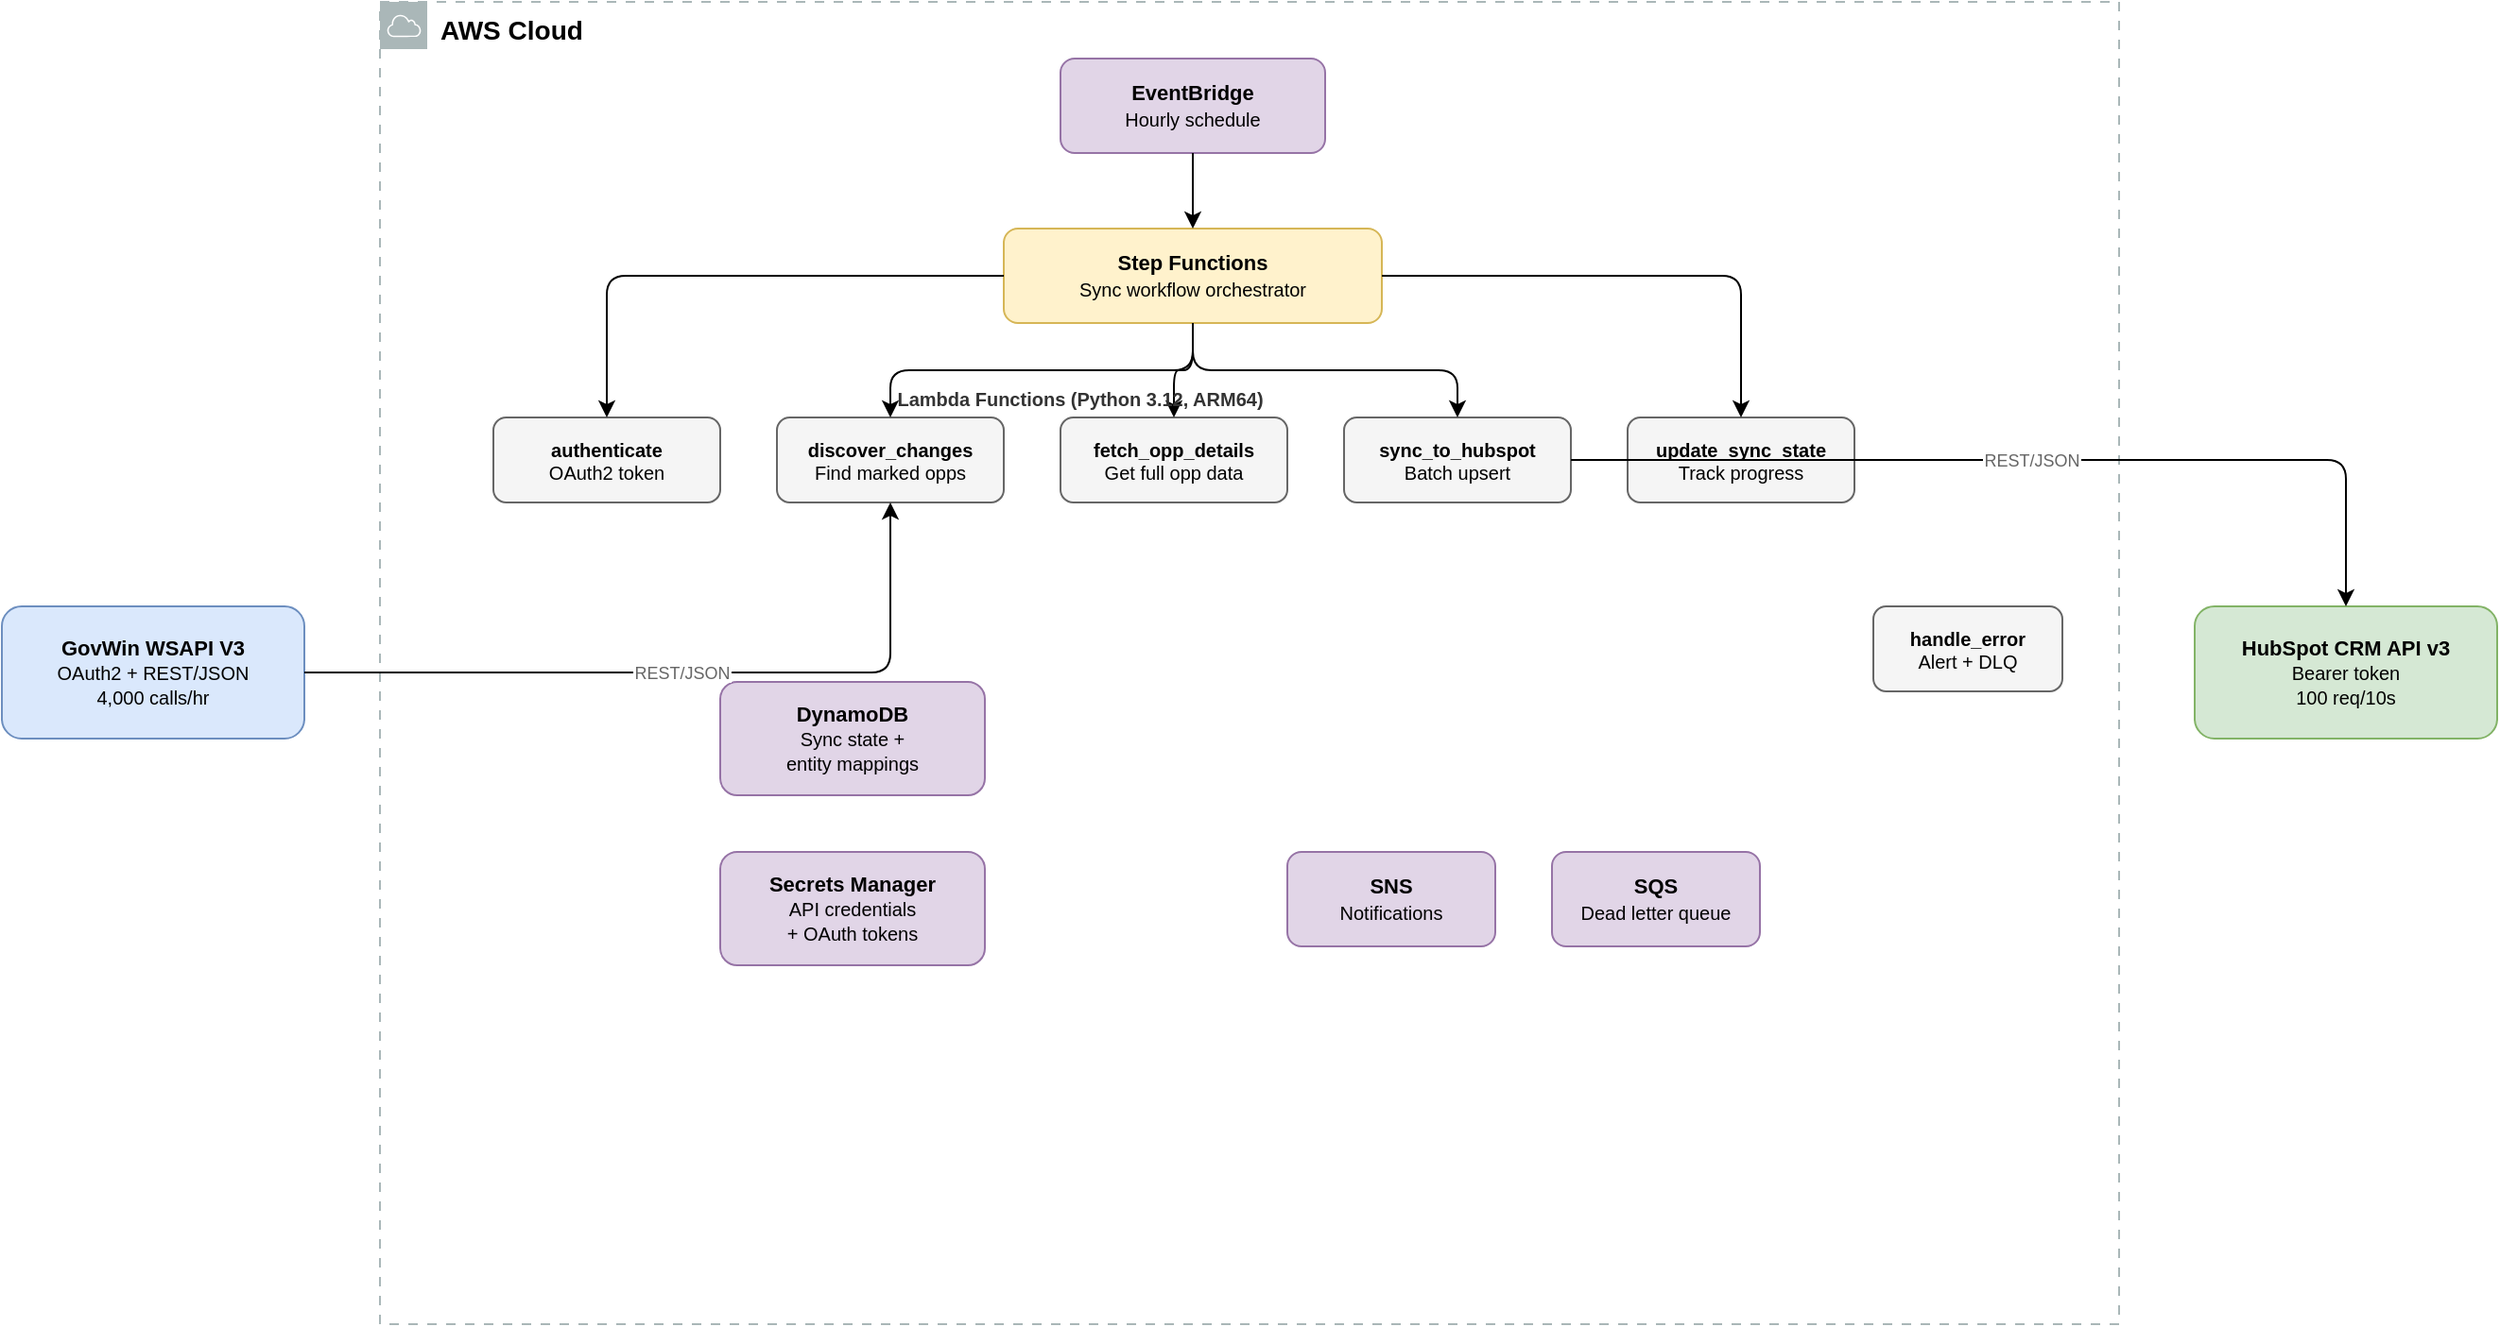
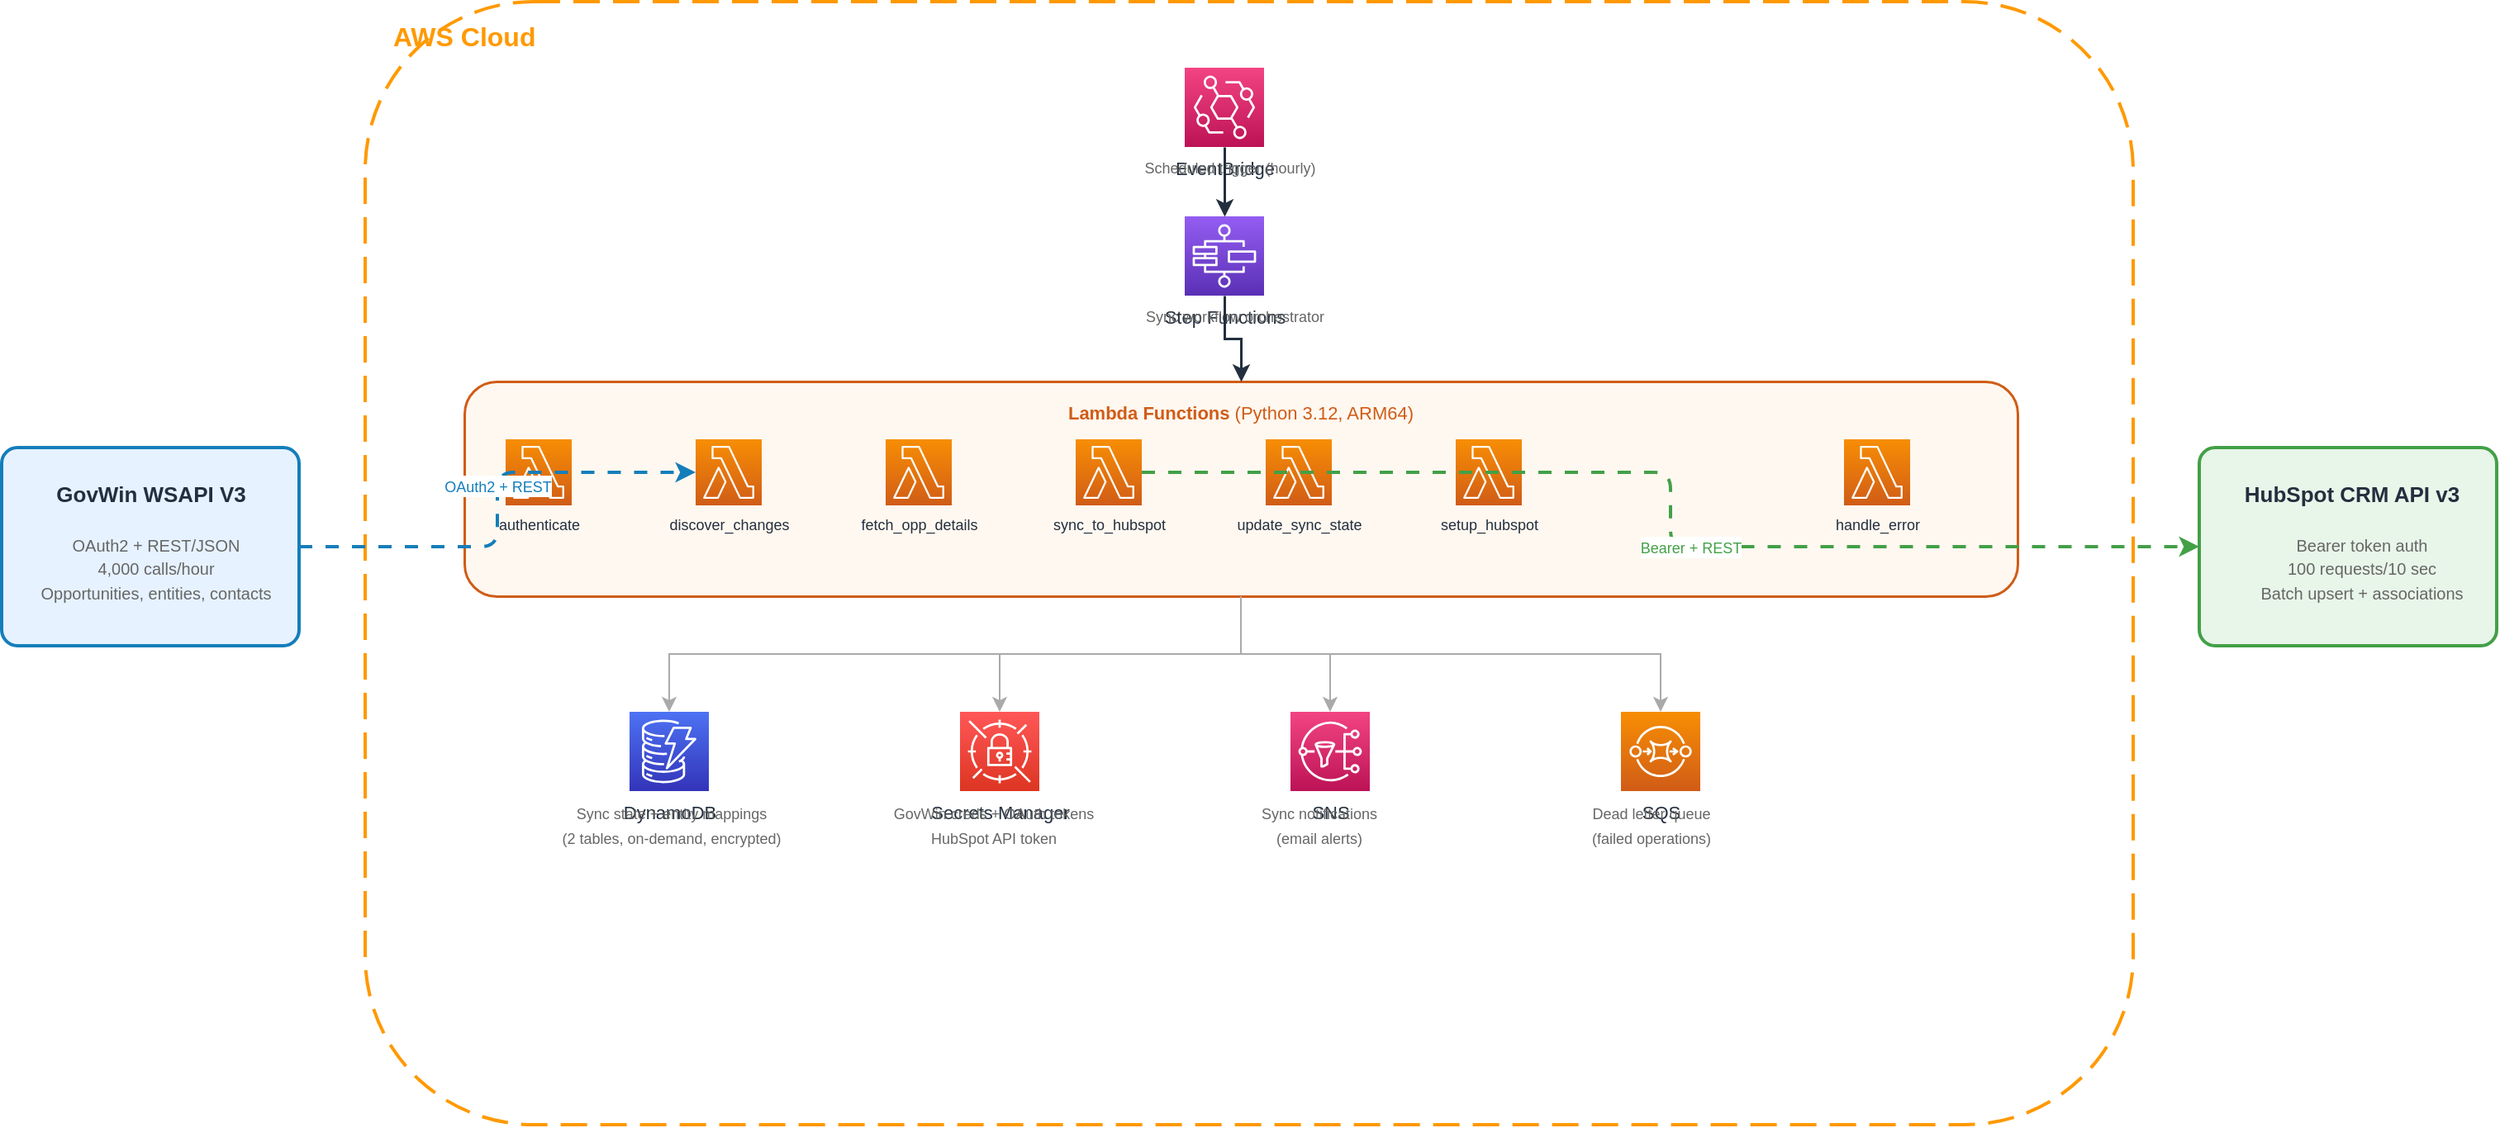
- <mxfile host="app.diagrams.net" modified="2026-04-09T00:00:00.000Z" agent="draw.io" version="24.0.0" type="device">
+ <mxfile host="app.diagrams.net" modified="2026-04-09T00:00:00.000Z" agent="draw.io" version="24.0.0">
  <diagram name="AWS Architecture" id="arch">
-     <mxGraphModel dx="1400" dy="900" grid="1" gridSize="10" guides="1" tooltips="1" connect="1" arrows="1" fold="1" page="1" pageScale="1" pageWidth="1400" pageHeight="900" math="0" shadow="0">
+     <mxGraphModel dx="1600" dy="1000" grid="1" gridSize="10" guides="1" tooltips="1" connect="1" arrows="1" fold="1" page="1" pageScale="1" pageWidth="1600" pageHeight="900" math="0" shadow="0">
      <root>
        <mxCell id="0"/>
        <mxCell id="1" parent="0"/>
-         <!-- External: GovWin -->
-         <mxCell id="gw" value="&lt;b&gt;GovWin WSAPI V3&lt;/b&gt;&lt;br&gt;&lt;font style=&quot;font-size: 10px&quot;&gt;OAuth2 + REST/JSON&lt;br&gt;4,000 calls/hr&lt;/font&gt;" style="rounded=1;whiteSpace=wrap;html=1;fillColor=#dae8fc;strokeColor=#6c8ebf;fontSize=11;" vertex="1" parent="1">
-           <mxGeometry x="20" y="340" width="160" height="70" as="geometry"/>
+ 
+         <!-- ==================== EXTERNAL: GovWin API ==================== -->
+         <mxCell id="ext_gw_box" value="" style="rounded=1;whiteSpace=wrap;html=1;fillColor=#E6F2FF;strokeColor=#147EBA;strokeWidth=2;arcSize=8;" vertex="1" parent="1">
+           <mxGeometry x="20" y="300" width="180" height="120" as="geometry"/>
        </mxCell>
-         <!-- External: HubSpot -->
-         <mxCell id="hs" value="&lt;b&gt;HubSpot CRM API v3&lt;/b&gt;&lt;br&gt;&lt;font style=&quot;font-size: 10px&quot;&gt;Bearer token&lt;br&gt;100 req/10s&lt;/font&gt;" style="rounded=1;whiteSpace=wrap;html=1;fillColor=#d5e8d4;strokeColor=#82b366;fontSize=11;" vertex="1" parent="1">
-           <mxGeometry x="1180" y="340" width="160" height="70" as="geometry"/>
+         <mxCell id="ext_gw_title" value="&lt;b&gt;GovWin WSAPI V3&lt;/b&gt;" style="text;html=1;align=center;verticalAlign=middle;resizable=0;points=[];autosize=1;strokeColor=none;fillColor=none;fontSize=13;fontColor=#232F3E;" vertex="1" parent="1">
+           <mxGeometry x="42" y="315" width="136" height="25" as="geometry"/>
        </mxCell>
-         <!-- AWS Cloud boundary -->
-         <mxCell id="aws_border" value="AWS Cloud" style="shape=mxgraph.aws4.group;grIcon=mxgraph.aws4.group_aws_cloud;grStroke=1;verticalAlign=top;align=left;spacingLeft=30;fontSize=14;fontStyle=1;fillColor=none;strokeColor=#AAB7B8;dashed=1;dashPattern=5 5;" vertex="1" parent="1">
-           <mxGeometry x="220" y="20" width="920" height="700" as="geometry"/>
+         <mxCell id="ext_gw_detail" value="&lt;font color=&quot;#666666&quot; style=&quot;font-size: 10px;&quot;&gt;OAuth2 + REST/JSON&lt;br&gt;4,000 calls/hour&lt;br&gt;Opportunities, entities, contacts&lt;/font&gt;" style="text;html=1;align=center;verticalAlign=middle;resizable=0;points=[];autosize=1;strokeColor=none;fillColor=none;" vertex="1" parent="1">
+           <mxGeometry x="30" y="345" width="165" height="55" as="geometry"/>
        </mxCell>
-         <!-- EventBridge -->
-         <mxCell id="eb" value="&lt;b&gt;EventBridge&lt;/b&gt;&lt;br&gt;&lt;font style=&quot;font-size: 10px&quot;&gt;Hourly schedule&lt;/font&gt;" style="rounded=1;whiteSpace=wrap;html=1;fillColor=#e1d5e7;strokeColor=#9673a6;fontSize=11;" vertex="1" parent="1">
-           <mxGeometry x="580" y="50" width="140" height="50" as="geometry"/>
+ 
+         <!-- ==================== EXTERNAL: HubSpot API ==================== -->
+         <mxCell id="ext_hs_box" value="" style="rounded=1;whiteSpace=wrap;html=1;fillColor=#E8F5E9;strokeColor=#43A047;strokeWidth=2;arcSize=8;" vertex="1" parent="1">
+           <mxGeometry x="1350" y="300" width="180" height="120" as="geometry"/>
        </mxCell>
-         <!-- Step Functions -->
-         <mxCell id="sf" value="&lt;b&gt;Step Functions&lt;/b&gt;&lt;br&gt;&lt;font style=&quot;font-size: 10px&quot;&gt;Sync workflow orchestrator&lt;/font&gt;" style="rounded=1;whiteSpace=wrap;html=1;fillColor=#fff2cc;strokeColor=#d6b656;fontSize=11;" vertex="1" parent="1">
-           <mxGeometry x="550" y="140" width="200" height="50" as="geometry"/>
+         <mxCell id="ext_hs_title" value="&lt;b&gt;HubSpot CRM API v3&lt;/b&gt;" style="text;html=1;align=center;verticalAlign=middle;resizable=0;points=[];autosize=1;strokeColor=none;fillColor=none;fontSize=13;fontColor=#232F3E;" vertex="1" parent="1">
+           <mxGeometry x="1368" y="315" width="148" height="25" as="geometry"/>
        </mxCell>
-         <mxCell id="eb_sf" style="edgeStyle=orthogonalEdgeStyle;" edge="1" source="eb" target="sf" parent="1"><mxGeometry relative="1" as="geometry"/></mxCell>
-         <!-- Lambda: Authenticate -->
-         <mxCell id="l1" value="&lt;font style=&quot;font-size: 10px&quot;&gt;&lt;b&gt;authenticate&lt;/b&gt;&lt;br&gt;OAuth2 token&lt;/font&gt;" style="rounded=1;whiteSpace=wrap;html=1;fillColor=#f5f5f5;strokeColor=#666666;fontSize=10;" vertex="1" parent="1">
-           <mxGeometry x="280" y="240" width="120" height="45" as="geometry"/>
+         <mxCell id="ext_hs_detail" value="&lt;font color=&quot;#666666&quot; style=&quot;font-size: 10px;&quot;&gt;Bearer token auth&lt;br&gt;100 requests/10 sec&lt;br&gt;Batch upsert + associations&lt;/font&gt;" style="text;html=1;align=center;verticalAlign=middle;resizable=0;points=[];autosize=1;strokeColor=none;fillColor=none;" vertex="1" parent="1">
+           <mxGeometry x="1368" y="345" width="160" height="55" as="geometry"/>
        </mxCell>
-         <!-- Lambda: Discover -->
-         <mxCell id="l2" value="&lt;font style=&quot;font-size: 10px&quot;&gt;&lt;b&gt;discover_changes&lt;/b&gt;&lt;br&gt;Find marked opps&lt;/font&gt;" style="rounded=1;whiteSpace=wrap;html=1;fillColor=#f5f5f5;strokeColor=#666666;fontSize=10;" vertex="1" parent="1">
-           <mxGeometry x="430" y="240" width="120" height="45" as="geometry"/>
+ 
+         <!-- ==================== AWS CLOUD BOUNDARY ==================== -->
+         <mxCell id="aws_cloud" value="&lt;font style=&quot;font-size: 16px;&quot; color=&quot;#FF9900&quot;&gt;&lt;b&gt;AWS Cloud&lt;/b&gt;&lt;/font&gt;" style="rounded=1;whiteSpace=wrap;html=1;fillColor=none;strokeColor=#FF9900;strokeWidth=2;dashed=1;dashPattern=8 4;verticalAlign=top;spacingTop=5;spacingLeft=15;align=left;" vertex="1" parent="1">
+           <mxGeometry x="240" y="30" width="1070" height="680" as="geometry"/>
        </mxCell>
-         <!-- Lambda: Fetch -->
-         <mxCell id="l3" value="&lt;font style=&quot;font-size: 10px&quot;&gt;&lt;b&gt;fetch_opp_details&lt;/b&gt;&lt;br&gt;Get full opp data&lt;/font&gt;" style="rounded=1;whiteSpace=wrap;html=1;fillColor=#f5f5f5;strokeColor=#666666;fontSize=10;" vertex="1" parent="1">
-           <mxGeometry x="580" y="240" width="120" height="45" as="geometry"/>
+ 
+         <!-- ==================== EVENTBRIDGE ==================== -->
+         <mxCell id="eb" value="EventBridge" style="sketch=0;outlineConnect=0;fontColor=#232F3E;gradientColor=#F34482;gradientDirection=north;fillColor=#BC1356;strokeColor=#ffffff;dashed=0;verticalLabelPosition=bottom;verticalAlign=top;align=center;html=1;fontSize=11;fontStyle=0;aspect=fixed;shape=mxgraph.aws4.resourceIcon;resIcon=mxgraph.aws4.eventbridge;" vertex="1" parent="1">
+           <mxGeometry x="736" y="70" width="48" height="48" as="geometry"/>
        </mxCell>
-         <!-- Lambda: Sync -->
-         <mxCell id="l4" value="&lt;font style=&quot;font-size: 10px&quot;&gt;&lt;b&gt;sync_to_hubspot&lt;/b&gt;&lt;br&gt;Batch upsert&lt;/font&gt;" style="rounded=1;whiteSpace=wrap;html=1;fillColor=#f5f5f5;strokeColor=#666666;fontSize=10;" vertex="1" parent="1">
-           <mxGeometry x="730" y="240" width="120" height="45" as="geometry"/>
+         <mxCell id="eb_label" value="&lt;font style=&quot;font-size: 9px;&quot; color=&quot;#666666&quot;&gt;Scheduled trigger (hourly)&lt;/font&gt;" style="text;html=1;align=center;verticalAlign=middle;resizable=0;points=[];autosize=1;strokeColor=none;fillColor=none;" vertex="1" parent="1">
+           <mxGeometry x="698" y="120" width="130" height="20" as="geometry"/>
        </mxCell>
-         <!-- Lambda: Update State -->
-         <mxCell id="l5" value="&lt;font style=&quot;font-size: 10px&quot;&gt;&lt;b&gt;update_sync_state&lt;/b&gt;&lt;br&gt;Track progress&lt;/font&gt;" style="rounded=1;whiteSpace=wrap;html=1;fillColor=#f5f5f5;strokeColor=#666666;fontSize=10;" vertex="1" parent="1">
-           <mxGeometry x="880" y="240" width="120" height="45" as="geometry"/>
+ 
+         <!-- ==================== STEP FUNCTIONS ==================== -->
+         <mxCell id="sf" value="Step Functions" style="sketch=0;outlineConnect=0;fontColor=#232F3E;gradientColor=#945DF2;gradientDirection=north;fillColor=#5A30B5;strokeColor=#ffffff;dashed=0;verticalLabelPosition=bottom;verticalAlign=top;align=center;html=1;fontSize=11;fontStyle=0;aspect=fixed;shape=mxgraph.aws4.resourceIcon;resIcon=mxgraph.aws4.step_functions;" vertex="1" parent="1">
+           <mxGeometry x="736" y="160" width="48" height="48" as="geometry"/>
        </mxCell>
-         <!-- Lambda: Handle Error -->
-         <mxCell id="l6" value="&lt;font style=&quot;font-size: 10px&quot;&gt;&lt;b&gt;handle_error&lt;/b&gt;&lt;br&gt;Alert + DLQ&lt;/font&gt;" style="rounded=1;whiteSpace=wrap;html=1;fillColor=#f5f5f5;strokeColor=#666666;fontSize=10;" vertex="1" parent="1">
-           <mxGeometry x="1010" y="340" width="100" height="45" as="geometry"/>
+         <mxCell id="sf_label" value="&lt;font style=&quot;font-size: 9px;&quot; color=&quot;#666666&quot;&gt;Sync workflow orchestrator&lt;/font&gt;" style="text;html=1;align=center;verticalAlign=middle;resizable=0;points=[];autosize=1;strokeColor=none;fillColor=none;" vertex="1" parent="1">
+           <mxGeometry x="698" y="210" width="135" height="20" as="geometry"/>
        </mxCell>
-         <!-- Step Functions to Lambdas -->
-         <mxCell id="sf_l1" style="edgeStyle=orthogonalEdgeStyle;" edge="1" source="sf" target="l1" parent="1"><mxGeometry relative="1" as="geometry"/></mxCell>
-         <mxCell id="sf_l2" style="edgeStyle=orthogonalEdgeStyle;" edge="1" source="sf" target="l2" parent="1"><mxGeometry relative="1" as="geometry"/></mxCell>
-         <mxCell id="sf_l3" style="edgeStyle=orthogonalEdgeStyle;" edge="1" source="sf" target="l3" parent="1"><mxGeometry relative="1" as="geometry"/></mxCell>
-         <mxCell id="sf_l4" style="edgeStyle=orthogonalEdgeStyle;" edge="1" source="sf" target="l4" parent="1"><mxGeometry relative="1" as="geometry"/></mxCell>
-         <mxCell id="sf_l5" style="edgeStyle=orthogonalEdgeStyle;" edge="1" source="sf" target="l5" parent="1"><mxGeometry relative="1" as="geometry"/></mxCell>
-         <!-- DynamoDB -->
-         <mxCell id="ddb" value="&lt;b&gt;DynamoDB&lt;/b&gt;&lt;br&gt;&lt;font style=&quot;font-size: 10px&quot;&gt;Sync state +&lt;br&gt;entity mappings&lt;/font&gt;" style="rounded=1;whiteSpace=wrap;html=1;fillColor=#e1d5e7;strokeColor=#9673a6;fontSize=11;" vertex="1" parent="1">
-           <mxGeometry x="400" y="380" width="140" height="60" as="geometry"/>
+ 
+         <!-- EB -> SF -->
+         <mxCell id="eb_sf" style="edgeStyle=orthogonalEdgeStyle;rounded=0;orthogonalLoop=1;jettySize=auto;html=1;strokeColor=#232F3E;strokeWidth=1.5;" edge="1" source="eb" target="sf" parent="1">
+           <mxGeometry relative="1" as="geometry"/>
        </mxCell>
-         <!-- Secrets Manager -->
-         <mxCell id="sm" value="&lt;b&gt;Secrets Manager&lt;/b&gt;&lt;br&gt;&lt;font style=&quot;font-size: 10px&quot;&gt;API credentials&lt;br&gt;+ OAuth tokens&lt;/font&gt;" style="rounded=1;whiteSpace=wrap;html=1;fillColor=#e1d5e7;strokeColor=#9673a6;fontSize=11;" vertex="1" parent="1">
-           <mxGeometry x="400" y="470" width="140" height="60" as="geometry"/>
+ 
+         <!-- ==================== LAMBDA FUNCTIONS ==================== -->
+         <mxCell id="lambda_group" value="&lt;font style=&quot;font-size: 11px;&quot; color=&quot;#D05C17&quot;&gt;&lt;b&gt;Lambda Functions&lt;/b&gt; (Python 3.12, ARM64)&lt;/font&gt;" style="rounded=1;whiteSpace=wrap;html=1;fillColor=#FFF8F0;strokeColor=#D05C17;strokeWidth=1.5;dashed=0;verticalAlign=top;spacingTop=5;align=center;" vertex="1" parent="1">
+           <mxGeometry x="300" y="260" width="940" height="130" as="geometry"/>
        </mxCell>
-         <!-- SNS -->
-         <mxCell id="sns" value="&lt;b&gt;SNS&lt;/b&gt;&lt;br&gt;&lt;font style=&quot;font-size: 10px&quot;&gt;Notifications&lt;/font&gt;" style="rounded=1;whiteSpace=wrap;html=1;fillColor=#e1d5e7;strokeColor=#9673a6;fontSize=11;" vertex="1" parent="1">
-           <mxGeometry x="700" y="470" width="110" height="50" as="geometry"/>
+ 
+         <mxCell id="l1" value="authenticate" style="sketch=0;outlineConnect=0;fontColor=#232F3E;gradientColor=#F78E04;gradientDirection=north;fillColor=#D05C17;strokeColor=#ffffff;dashed=0;verticalLabelPosition=bottom;verticalAlign=top;align=center;html=1;fontSize=9;fontStyle=0;aspect=fixed;shape=mxgraph.aws4.resourceIcon;resIcon=mxgraph.aws4.lambda;" vertex="1" parent="1">
+           <mxGeometry x="325" y="295" width="40" height="40" as="geometry"/>
        </mxCell>
-         <!-- SQS DLQ -->
-         <mxCell id="sqs" value="&lt;b&gt;SQS&lt;/b&gt;&lt;br&gt;&lt;font style=&quot;font-size: 10px&quot;&gt;Dead letter queue&lt;/font&gt;" style="rounded=1;whiteSpace=wrap;html=1;fillColor=#e1d5e7;strokeColor=#9673a6;fontSize=11;" vertex="1" parent="1">
-           <mxGeometry x="840" y="470" width="110" height="50" as="geometry"/>
+ 
+         <mxCell id="l2" value="discover_changes" style="sketch=0;outlineConnect=0;fontColor=#232F3E;gradientColor=#F78E04;gradientDirection=north;fillColor=#D05C17;strokeColor=#ffffff;dashed=0;verticalLabelPosition=bottom;verticalAlign=top;align=center;html=1;fontSize=9;fontStyle=0;aspect=fixed;shape=mxgraph.aws4.resourceIcon;resIcon=mxgraph.aws4.lambda;" vertex="1" parent="1">
+           <mxGeometry x="440" y="295" width="40" height="40" as="geometry"/>
        </mxCell>
-         <!-- Connections to external -->
-         <mxCell id="gw_l" value="REST/JSON" style="edgeStyle=orthogonalEdgeStyle;fontSize=9;fontColor=#666666;" edge="1" source="gw" target="l2" parent="1"><mxGeometry relative="1" as="geometry"/></mxCell>
-         <mxCell id="l_hs" value="REST/JSON" style="edgeStyle=orthogonalEdgeStyle;fontSize=9;fontColor=#666666;" edge="1" source="l4" target="hs" parent="1"><mxGeometry relative="1" as="geometry"/></mxCell>
-         <!-- Lambda label -->
-         <mxCell id="lbl" value="Lambda Functions (Python 3.12, ARM64)" style="text;html=1;align=center;verticalAlign=middle;resizable=0;points=[];autosize=1;strokeColor=none;fillColor=none;fontSize=10;fontStyle=1;fontColor=#333333;" vertex="1" parent="1">
-           <mxGeometry x="480" y="220" width="220" height="20" as="geometry"/>
+ 
+         <mxCell id="l3" value="fetch_opp_details" style="sketch=0;outlineConnect=0;fontColor=#232F3E;gradientColor=#F78E04;gradientDirection=north;fillColor=#D05C17;strokeColor=#ffffff;dashed=0;verticalLabelPosition=bottom;verticalAlign=top;align=center;html=1;fontSize=9;fontStyle=0;aspect=fixed;shape=mxgraph.aws4.resourceIcon;resIcon=mxgraph.aws4.lambda;" vertex="1" parent="1">
+           <mxGeometry x="555" y="295" width="40" height="40" as="geometry"/>
        </mxCell>
+ 
+         <mxCell id="l4" value="sync_to_hubspot" style="sketch=0;outlineConnect=0;fontColor=#232F3E;gradientColor=#F78E04;gradientDirection=north;fillColor=#D05C17;strokeColor=#ffffff;dashed=0;verticalLabelPosition=bottom;verticalAlign=top;align=center;html=1;fontSize=9;fontStyle=0;aspect=fixed;shape=mxgraph.aws4.resourceIcon;resIcon=mxgraph.aws4.lambda;" vertex="1" parent="1">
+           <mxGeometry x="670" y="295" width="40" height="40" as="geometry"/>
+         </mxCell>
+ 
+         <mxCell id="l5" value="update_sync_state" style="sketch=0;outlineConnect=0;fontColor=#232F3E;gradientColor=#F78E04;gradientDirection=north;fillColor=#D05C17;strokeColor=#ffffff;dashed=0;verticalLabelPosition=bottom;verticalAlign=top;align=center;html=1;fontSize=9;fontStyle=0;aspect=fixed;shape=mxgraph.aws4.resourceIcon;resIcon=mxgraph.aws4.lambda;" vertex="1" parent="1">
+           <mxGeometry x="785" y="295" width="40" height="40" as="geometry"/>
+         </mxCell>
+ 
+         <mxCell id="l6" value="setup_hubspot" style="sketch=0;outlineConnect=0;fontColor=#232F3E;gradientColor=#F78E04;gradientDirection=north;fillColor=#D05C17;strokeColor=#ffffff;dashed=0;verticalLabelPosition=bottom;verticalAlign=top;align=center;html=1;fontSize=9;fontStyle=0;aspect=fixed;shape=mxgraph.aws4.resourceIcon;resIcon=mxgraph.aws4.lambda;" vertex="1" parent="1">
+           <mxGeometry x="900" y="295" width="40" height="40" as="geometry"/>
+         </mxCell>
+ 
+         <mxCell id="l7" value="handle_error" style="sketch=0;outlineConnect=0;fontColor=#232F3E;gradientColor=#F78E04;gradientDirection=north;fillColor=#D05C17;strokeColor=#ffffff;dashed=0;verticalLabelPosition=bottom;verticalAlign=top;align=center;html=1;fontSize=9;fontStyle=0;aspect=fixed;shape=mxgraph.aws4.resourceIcon;resIcon=mxgraph.aws4.lambda;" vertex="1" parent="1">
+           <mxGeometry x="1135" y="295" width="40" height="40" as="geometry"/>
+         </mxCell>
+ 
+         <!-- SF -> Lambda group -->
+         <mxCell id="sf_lg" style="edgeStyle=orthogonalEdgeStyle;rounded=0;orthogonalLoop=1;jettySize=auto;html=1;strokeColor=#232F3E;strokeWidth=1.5;" edge="1" source="sf" target="lambda_group" parent="1">
+           <mxGeometry relative="1" as="geometry"/>
+         </mxCell>
+ 
+         <!-- ==================== DATA STORES ==================== -->
+         <mxCell id="ddb" value="DynamoDB" style="sketch=0;outlineConnect=0;fontColor=#232F3E;gradientColor=#4D72F3;gradientDirection=north;fillColor=#3334B9;strokeColor=#ffffff;dashed=0;verticalLabelPosition=bottom;verticalAlign=top;align=center;html=1;fontSize=11;fontStyle=0;aspect=fixed;shape=mxgraph.aws4.resourceIcon;resIcon=mxgraph.aws4.dynamodb;" vertex="1" parent="1">
+           <mxGeometry x="400" y="460" width="48" height="48" as="geometry"/>
+         </mxCell>
+         <mxCell id="ddb_label" value="&lt;font style=&quot;font-size: 9px;&quot; color=&quot;#666666&quot;&gt;Sync state + entity mappings&lt;br&gt;(2 tables, on-demand, encrypted)&lt;/font&gt;" style="text;html=1;align=center;verticalAlign=middle;resizable=0;points=[];autosize=1;strokeColor=none;fillColor=none;" vertex="1" parent="1">
+           <mxGeometry x="340" y="510" width="170" height="35" as="geometry"/>
+         </mxCell>
+ 
+         <mxCell id="sm" value="Secrets Manager" style="sketch=0;outlineConnect=0;fontColor=#232F3E;gradientColor=#FF5757;gradientDirection=north;fillColor=#DD3522;strokeColor=#ffffff;dashed=0;verticalLabelPosition=bottom;verticalAlign=top;align=center;html=1;fontSize=11;fontStyle=0;aspect=fixed;shape=mxgraph.aws4.resourceIcon;resIcon=mxgraph.aws4.secrets_manager;" vertex="1" parent="1">
+           <mxGeometry x="600" y="460" width="48" height="48" as="geometry"/>
+         </mxCell>
+         <mxCell id="sm_label" value="&lt;font style=&quot;font-size: 9px;&quot; color=&quot;#666666&quot;&gt;GovWin creds + OAuth tokens&lt;br&gt;HubSpot API token&lt;/font&gt;" style="text;html=1;align=center;verticalAlign=middle;resizable=0;points=[];autosize=1;strokeColor=none;fillColor=none;" vertex="1" parent="1">
+           <mxGeometry x="540" y="510" width="160" height="35" as="geometry"/>
+         </mxCell>
+ 
+         <mxCell id="sns" value="SNS" style="sketch=0;outlineConnect=0;fontColor=#232F3E;gradientColor=#F34482;gradientDirection=north;fillColor=#BC1356;strokeColor=#ffffff;dashed=0;verticalLabelPosition=bottom;verticalAlign=top;align=center;html=1;fontSize=11;fontStyle=0;aspect=fixed;shape=mxgraph.aws4.resourceIcon;resIcon=mxgraph.aws4.sns;" vertex="1" parent="1">
+           <mxGeometry x="800" y="460" width="48" height="48" as="geometry"/>
+         </mxCell>
+         <mxCell id="sns_label" value="&lt;font style=&quot;font-size: 9px;&quot; color=&quot;#666666&quot;&gt;Sync notifications&lt;br&gt;(email alerts)&lt;/font&gt;" style="text;html=1;align=center;verticalAlign=middle;resizable=0;points=[];autosize=1;strokeColor=none;fillColor=none;" vertex="1" parent="1">
+           <mxGeometry x="762" y="510" width="110" height="35" as="geometry"/>
+         </mxCell>
+ 
+         <mxCell id="sqs" value="SQS" style="sketch=0;outlineConnect=0;fontColor=#232F3E;gradientColor=#F78E04;gradientDirection=north;fillColor=#D05C17;strokeColor=#ffffff;dashed=0;verticalLabelPosition=bottom;verticalAlign=top;align=center;html=1;fontSize=11;fontStyle=0;aspect=fixed;shape=mxgraph.aws4.resourceIcon;resIcon=mxgraph.aws4.sqs;" vertex="1" parent="1">
+           <mxGeometry x="1000" y="460" width="48" height="48" as="geometry"/>
+         </mxCell>
+         <mxCell id="sqs_label" value="&lt;font style=&quot;font-size: 9px;&quot; color=&quot;#666666&quot;&gt;Dead letter queue&lt;br&gt;(failed operations)&lt;/font&gt;" style="text;html=1;align=center;verticalAlign=middle;resizable=0;points=[];autosize=1;strokeColor=none;fillColor=none;" vertex="1" parent="1">
+           <mxGeometry x="960" y="510" width="115" height="35" as="geometry"/>
+         </mxCell>
+ 
+         <!-- ==================== CONNECTIONS: External <-> Lambda ==================== -->
+         <mxCell id="gw_to_l" value="" style="edgeStyle=orthogonalEdgeStyle;rounded=1;orthogonalLoop=1;jettySize=auto;html=1;strokeColor=#147EBA;strokeWidth=2;dashed=1;dashPattern=4 4;" edge="1" source="ext_gw_box" target="l2" parent="1">
+           <mxGeometry relative="1" as="geometry"/>
+         </mxCell>
+         <mxCell id="gw_to_l_label" value="&lt;font style=&quot;font-size: 9px;&quot; color=&quot;#147EBA&quot;&gt;OAuth2 + REST&lt;/font&gt;" style="edgeLabel;html=1;align=center;verticalAlign=middle;resizable=0;points=[];labelBackgroundColor=#FFFFFF;" vertex="1" connectable="0" parent="gw_to_l">
+           <mxGeometry x="0.1" relative="1" as="geometry"/>
+         </mxCell>
+ 
+         <mxCell id="l_to_hs" value="" style="edgeStyle=orthogonalEdgeStyle;rounded=1;orthogonalLoop=1;jettySize=auto;html=1;strokeColor=#43A047;strokeWidth=2;dashed=1;dashPattern=4 4;" edge="1" source="l4" target="ext_hs_box" parent="1">
+           <mxGeometry relative="1" as="geometry"/>
+         </mxCell>
+         <mxCell id="l_to_hs_label" value="&lt;font style=&quot;font-size: 9px;&quot; color=&quot;#43A047&quot;&gt;Bearer + REST&lt;/font&gt;" style="edgeLabel;html=1;align=center;verticalAlign=middle;resizable=0;points=[];labelBackgroundColor=#FFFFFF;" vertex="1" connectable="0" parent="l_to_hs">
+           <mxGeometry x="0.1" relative="1" as="geometry"/>
+         </mxCell>
+ 
+         <!-- ==================== CONNECTIONS: Lambda -> Data Stores ==================== -->
+         <mxCell id="l_ddb" style="edgeStyle=orthogonalEdgeStyle;rounded=0;orthogonalLoop=1;jettySize=auto;html=1;strokeColor=#AAAAAA;strokeWidth=1;" edge="1" source="lambda_group" target="ddb" parent="1">
+           <mxGeometry relative="1" as="geometry"/>
+         </mxCell>
+         <mxCell id="l_sm" style="edgeStyle=orthogonalEdgeStyle;rounded=0;orthogonalLoop=1;jettySize=auto;html=1;strokeColor=#AAAAAA;strokeWidth=1;" edge="1" source="lambda_group" target="sm" parent="1">
+           <mxGeometry relative="1" as="geometry"/>
+         </mxCell>
+         <mxCell id="l_sns" style="edgeStyle=orthogonalEdgeStyle;rounded=0;orthogonalLoop=1;jettySize=auto;html=1;strokeColor=#AAAAAA;strokeWidth=1;" edge="1" source="lambda_group" target="sns" parent="1">
+           <mxGeometry relative="1" as="geometry"/>
+         </mxCell>
+         <mxCell id="l_sqs" style="edgeStyle=orthogonalEdgeStyle;rounded=0;orthogonalLoop=1;jettySize=auto;html=1;strokeColor=#AAAAAA;strokeWidth=1;" edge="1" source="lambda_group" target="sqs" parent="1">
+           <mxGeometry relative="1" as="geometry"/>
+         </mxCell>
+ 
      </root>
    </mxGraphModel>
  </diagram>
</mxfile>
